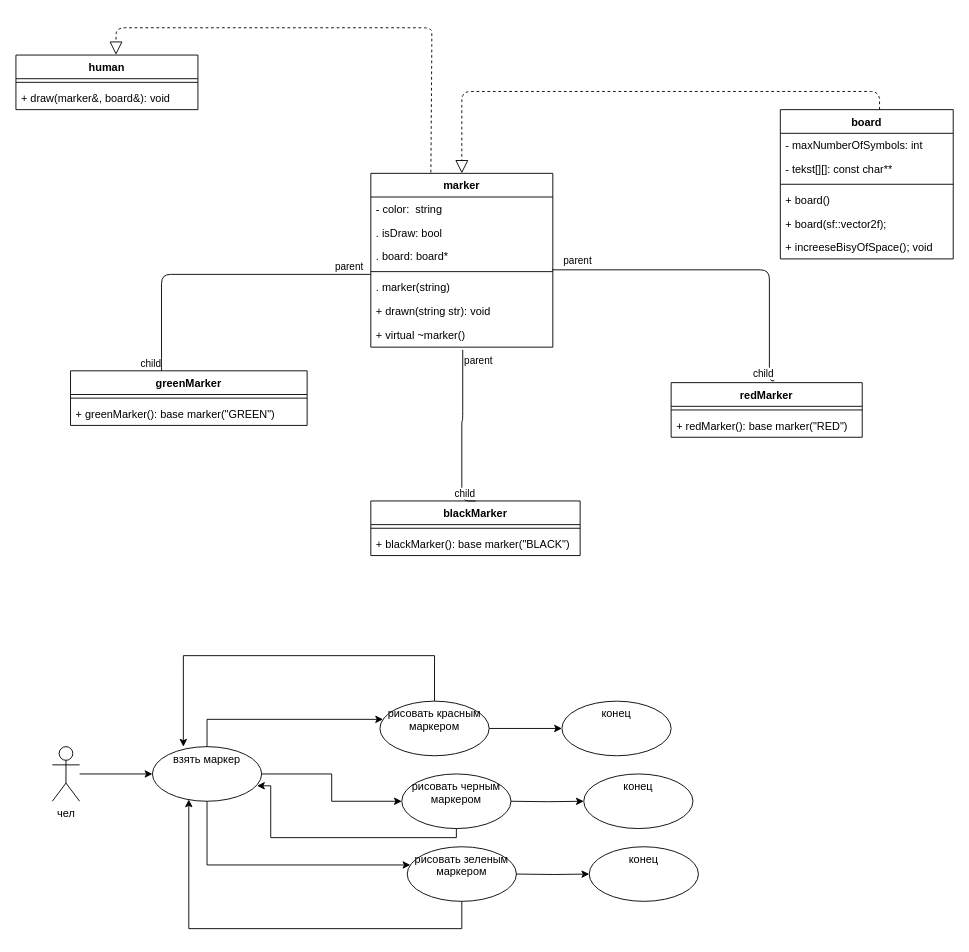
nfb1N/drawio keeps this draw.io diagram as PENCILE.drawio. Above is the earlier version. Source tidied: cells renumbered, new cells numbered last; positions are measured from the earlier drawing's top-left corner, leaving out a move shared by most shapes. Both pictures are drawn from the tidied source at 91%, with x=0, y=0 at pixel (15, 27).
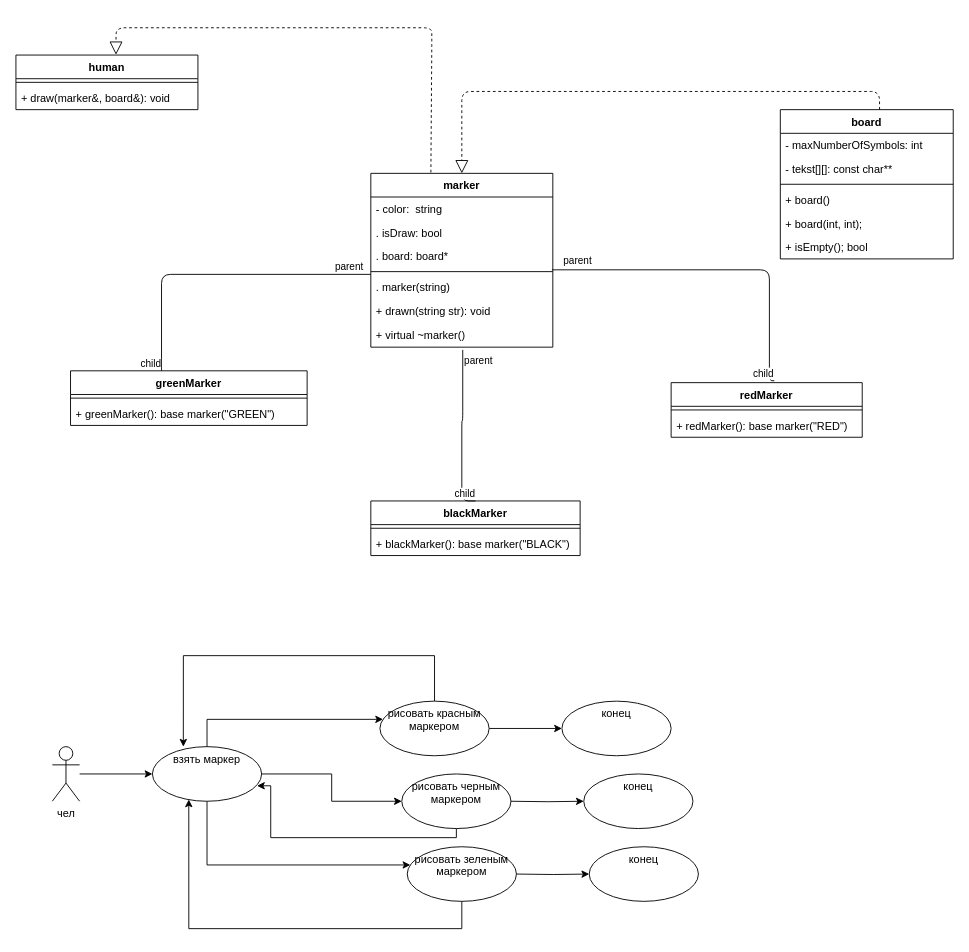
The same page after the edit.

Unchanged cells that the change refers to:
```xml
<mxCell id="28" value="board" style="swimlane;fontStyle=1;align=center;verticalAlign=top;horizontal=1;startSize=26;" parent="1" vertex="1">
  <mxGeometry x="840" y="90" width="190" height="164" as="geometry" />
</mxCell>
```

Change to the diagram source:
```diff
@@
-    <mxCell id="33" value="+ board(sf::vector2f);" style="text;strokeColor=none;fillColor=none;align=left;verticalAlign=top;spacingLeft=4;spacingRight=4;overflow=hidden;" parent="28" vertex="1">
+    <mxCell id="33" value="+ board(int, int);" style="text;strokeColor=none;fillColor=none;align=left;verticalAlign=top;spacingLeft=4;spacingRight=4;overflow=hidden;" parent="28" vertex="1">
       <mxGeometry y="112" width="190" height="26" as="geometry" />
     </mxCell>
-    <mxCell id="34" value="+ increeseBisyOfSpace(); void" style="text;strokeColor=none;fillColor=none;align=left;verticalAlign=top;spacingLeft=4;spacingRight=4;overflow=hidden;" parent="28" vertex="1">
+    <mxCell id="34" value="+ isEmpty(); bool" style="text;strokeColor=none;fillColor=none;align=left;verticalAlign=top;spacingLeft=4;spacingRight=4;overflow=hidden;" parent="28" vertex="1">
       <mxGeometry y="138" width="190" height="26" as="geometry" />
     </mxCell>
```
